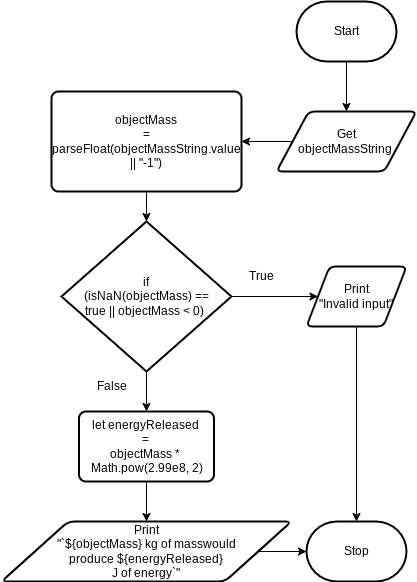
Emmanuel-Fofeyin/ICS4U-Intro1-01-Typescript keeps this draw.io diagram as design/flowchart.png. Above is the earlier version. Source tidied: cells renumbered, new cells last; positions are measured from the earlier drawing's top-left corner, leaving out a move shared by most shapes.
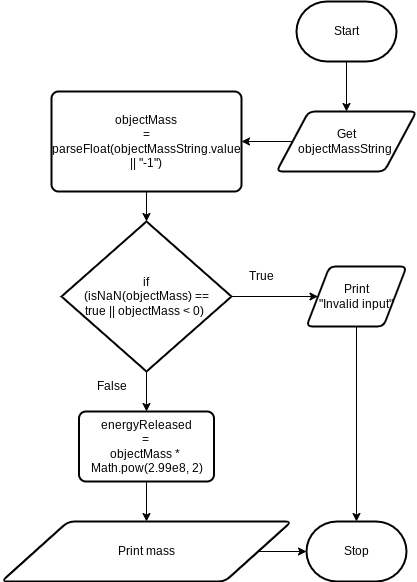
After the commit.

The edit, as a diff of the source:
```diff
@@ -41,13 +41,13 @@
     <mxCell id="14" style="edgeStyle=none;html=1;entryX=0.5;entryY=0;entryDx=0;entryDy=0;" parent="1" edge="1" source="15" target="17">
       <mxGeometry relative="1" as="geometry" />
     </mxCell>
-    <mxCell id="15" value="&lt;div&gt;let energyReleased&amp;nbsp;&lt;/div&gt;&lt;div&gt;=&amp;nbsp;&lt;/div&gt;&lt;div&gt;objectMass *&amp;nbsp;&lt;/div&gt;&lt;div&gt;Math.pow(2.99e8, 2)&lt;/div&gt;" style="rounded=1;whiteSpace=wrap;html=1;absoluteArcSize=1;arcSize=14;strokeWidth=2;" parent="1" vertex="1">
+    <mxCell id="15" value="&lt;div&gt;&amp;nbsp;energyReleased&amp;nbsp;&lt;/div&gt;&lt;div&gt;=&amp;nbsp;&lt;/div&gt;&lt;div&gt;objectMass *&amp;nbsp;&lt;/div&gt;&lt;div&gt;Math.pow(2.99e8, 2)&lt;/div&gt;" style="rounded=1;whiteSpace=wrap;html=1;absoluteArcSize=1;arcSize=14;strokeWidth=2;" parent="1" vertex="1">
       <mxGeometry x="77.5" y="410" width="135" height="70" as="geometry" />
     </mxCell>
     <mxCell id="16" style="edgeStyle=none;html=1;entryX=0;entryY=0.5;entryDx=0;entryDy=0;entryPerimeter=0;" parent="1" edge="1" source="17" target="18">
       <mxGeometry relative="1" as="geometry" />
     </mxCell>
-    <mxCell id="17" value="Print&lt;br&gt;&quot;`${objectMass} kg of masswould &lt;br&gt;produce ${energyReleased} &lt;br&gt;J of energy`&quot;" style="shape=parallelogram;html=1;strokeWidth=2;perimeter=parallelogramPerimeter;whiteSpace=wrap;rounded=1;arcSize=12;size=0.23;" parent="1" vertex="1">
+    <mxCell id="17" value="Print mass" style="shape=parallelogram;html=1;strokeWidth=2;perimeter=parallelogramPerimeter;whiteSpace=wrap;rounded=1;arcSize=12;size=0.23;" parent="1" vertex="1">
       <mxGeometry y="520" width="290" height="60" as="geometry" />
     </mxCell>
     <mxCell id="18" value="Stop" style="strokeWidth=2;html=1;shape=mxgraph.flowchart.terminator;whiteSpace=wrap;" parent="1" vertex="1">
```
